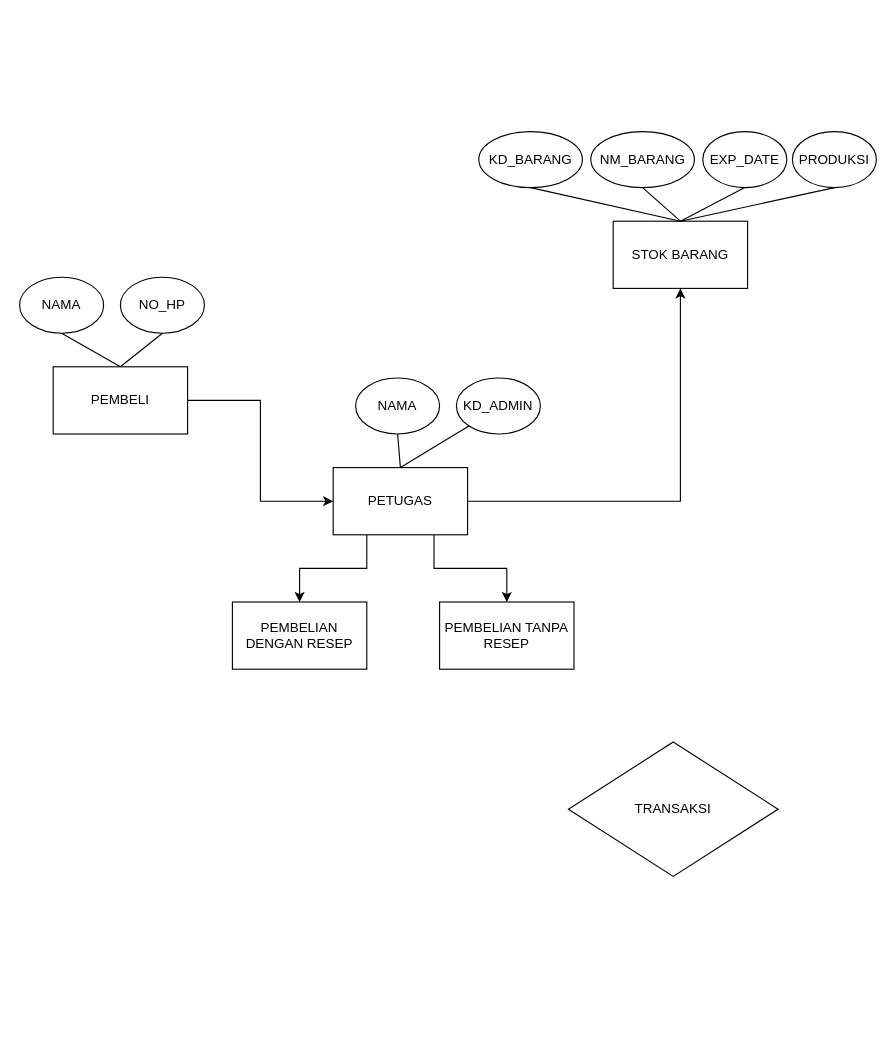
Before: .idea/Diagram Tanpa Judul.drawio in nuraliahfj/PraktikumJavaProyek, a draw.io diagram. Source tidied: cells renumbered, new cells numbered last; positions are measured from the earlier drawing's top-left corner, leaving out a move shared by most shapes. Both pictures are drawn from the tidied source at 112%, with x=0, y=0 at pixel (19, 131).
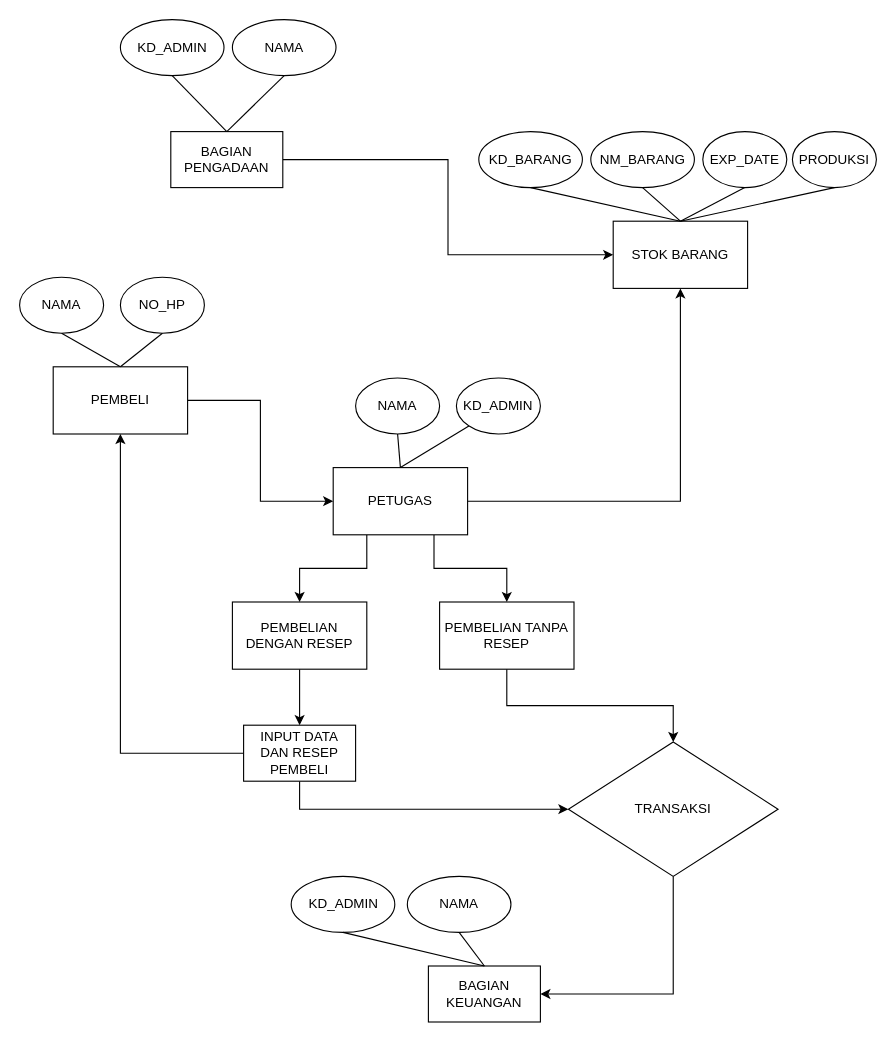
Above is the later version.

Unchanged cells that the change refers to:
```xml
<mxCell id="3" value="PEMBELI" style="rounded=0;whiteSpace=wrap;html=1;" parent="1" vertex="1">
  <mxGeometry x="30" y="210" width="120" height="60" as="geometry" />
</mxCell>
<mxCell id="16" value="STOK BARANG" style="rounded=0;whiteSpace=wrap;html=1;" parent="1" vertex="1">
  <mxGeometry x="530" y="80" width="120" height="60" as="geometry" />
</mxCell>
<mxCell id="25" value="TRANSAKSI" style="rhombus;whiteSpace=wrap;html=1;" parent="1" vertex="1">
  <mxGeometry x="490" y="545" width="187.2" height="120" as="geometry" />
</mxCell>
<mxCell id="26" value="PEMBELIAN DENGAN RESEP" style="rounded=0;whiteSpace=wrap;html=1;" parent="1" vertex="1">
  <mxGeometry x="190" y="420" width="120" height="60" as="geometry" />
</mxCell>
<mxCell id="27" value="PEMBELIAN TANPA RESEP" style="rounded=0;whiteSpace=wrap;html=1;" parent="1" vertex="1">
  <mxGeometry x="375" y="420" width="120" height="60" as="geometry" />
</mxCell>
```

Diff of the diagram source:
```diff
@@
+    <mxCell id="28" style="edgeStyle=orthogonalEdgeStyle;rounded=0;jettySize=auto;html=1;exitX=0.5;exitY=1;exitDx=0;exitDy=0;entryX=1;entryY=0.5;entryDx=0;entryDy=0;" parent="1" edge="1" source="25" target="40">
+      <mxGeometry relative="1" as="geometry" />
+    </mxCell>
@@
+    <mxCell id="29" style="edgeStyle=orthogonalEdgeStyle;rounded=0;jettySize=auto;html=1;exitX=0.5;exitY=1;exitDx=0;exitDy=0;entryX=0.5;entryY=0;entryDx=0;entryDy=0;" parent="1" edge="1" source="26" target="33">
+      <mxGeometry relative="1" as="geometry" />
+    </mxCell>
@@
+    <mxCell id="30" style="edgeStyle=orthogonalEdgeStyle;rounded=0;jettySize=auto;html=1;exitX=0.5;exitY=1;exitDx=0;exitDy=0;entryX=0.5;entryY=0;entryDx=0;entryDy=0;" parent="1" edge="1" source="27" target="25">
+      <mxGeometry relative="1" as="geometry" />
+    </mxCell>
@@
+    <mxCell id="31" style="edgeStyle=orthogonalEdgeStyle;rounded=0;jettySize=auto;html=1;exitX=0;exitY=0.5;exitDx=0;exitDy=0;entryX=0.5;entryY=1;entryDx=0;entryDy=0;" parent="1" edge="1" source="33" target="3">
+      <mxGeometry relative="1" as="geometry" />
+    </mxCell>
+    <mxCell id="32" style="edgeStyle=orthogonalEdgeStyle;rounded=0;jettySize=auto;html=1;exitX=0.5;exitY=1;exitDx=0;exitDy=0;entryX=0;entryY=0.5;entryDx=0;entryDy=0;" parent="1" edge="1" source="33" target="25">
+      <mxGeometry relative="1" as="geometry" />
+    </mxCell>
+    <mxCell id="33" value="INPUT DATA&lt;br&gt;DAN RESEP PEMBELI" style="rounded=0;whiteSpace=wrap;html=1;" parent="1" vertex="1">
+      <mxGeometry x="200" y="530" width="100" height="50" as="geometry" />
+    </mxCell>
+    <mxCell id="34" style="edgeStyle=orthogonalEdgeStyle;rounded=0;jettySize=auto;html=1;exitX=1;exitY=0.5;exitDx=0;exitDy=0;entryX=0;entryY=0.5;entryDx=0;entryDy=0;" parent="1" edge="1" source="35" target="16">
+      <mxGeometry relative="1" as="geometry" />
+    </mxCell>
+    <mxCell id="35" value="BAGIAN PENGADAAN" style="rounded=0;whiteSpace=wrap;html=1;" parent="1" vertex="1">
+      <mxGeometry x="135" width="100" height="50" as="geometry" />
+    </mxCell>
+    <mxCell id="36" value="NAMA" style="ellipse;whiteSpace=wrap;html=1;" parent="1" vertex="1">
+      <mxGeometry x="190" y="-100" width="92.5" height="50" as="geometry" />
+    </mxCell>
+    <mxCell id="37" value="KD_ADMIN" style="ellipse;whiteSpace=wrap;html=1;" parent="1" vertex="1">
+      <mxGeometry x="90" y="-100" width="92.5" height="50" as="geometry" />
+    </mxCell>
+    <mxCell id="38" style="endArrow=none;html=1;rounded=0;entryX=0.5;entryY=1;entryDx=0;entryDy=0;exitX=0.5;exitY=0;exitDx=0;exitDy=0;" parent="1" edge="1" source="35" target="37">
+      <mxGeometry relative="1" as="geometry" />
+    </mxCell>
+    <mxCell id="39" style="endArrow=none;html=1;rounded=0;entryX=0.5;entryY=1;entryDx=0;entryDy=0;" parent="1" edge="1" target="36">
+      <mxGeometry relative="1" as="geometry">
+        <mxPoint x="185" as="sourcePoint" />
+      </mxGeometry>
+    </mxCell>
+    <mxCell id="40" value="BAGIAN KEUANGAN" style="rounded=0;whiteSpace=wrap;html=1;" parent="1" vertex="1">
+      <mxGeometry x="365" y="745" width="100" height="50" as="geometry" />
+    </mxCell>
+    <mxCell id="41" value="NAMA" style="ellipse;whiteSpace=wrap;html=1;" parent="1" vertex="1">
+      <mxGeometry x="346.2" y="665" width="92.5" height="50" as="geometry" />
+    </mxCell>
+    <mxCell id="42" value="KD_ADMIN" style="ellipse;whiteSpace=wrap;html=1;" parent="1" vertex="1">
+      <mxGeometry x="242.5" y="665" width="92.5" height="50" as="geometry" />
+    </mxCell>
+    <mxCell id="43" style="endArrow=none;html=1;rounded=0;entryX=0.5;entryY=1;entryDx=0;entryDy=0;exitX=0.5;exitY=0;exitDx=0;exitDy=0;" parent="1" edge="1" source="40" target="42">
+      <mxGeometry relative="1" as="geometry" />
+    </mxCell>
+    <mxCell id="44" style="endArrow=none;html=1;rounded=0;entryX=0.5;entryY=1;entryDx=0;entryDy=0;exitX=0.5;exitY=0;exitDx=0;exitDy=0;" parent="1" edge="1" source="40" target="41">
+      <mxGeometry relative="1" as="geometry" />
+    </mxCell>
```
